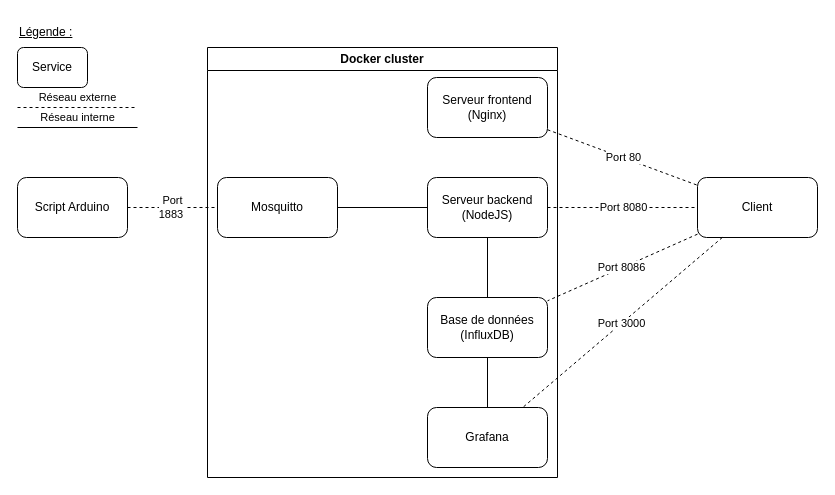
This is docs/archi_logicielle.drawio from Nicolas-Delahaie/ynov-iot, a draw.io file, before an edit. Source tidied: cells renumbered, new cells numbered last; positions are measured from the earlier drawing's top-left corner, leaving out a move shared by most shapes. Both pictures are drawn from the tidied source at 100%, with x=0, y=0 at pixel (17, 17).
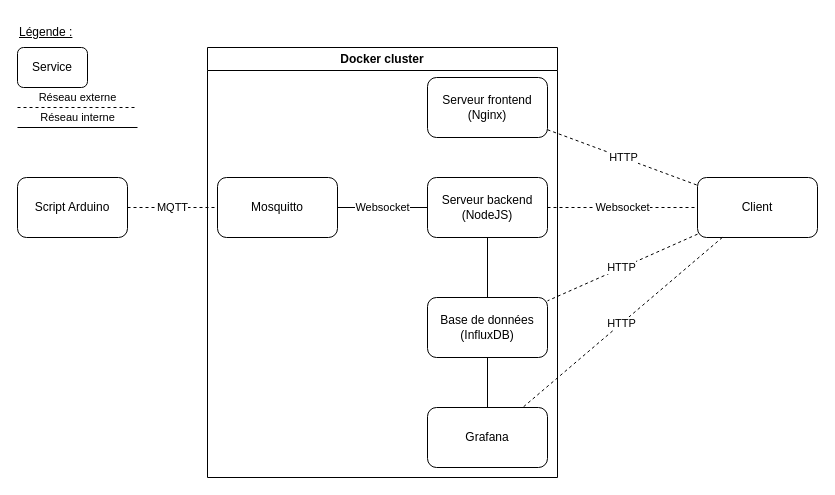
The same diagram, later.

Commit message (it also covers changes not shown here):
FIX des diagrammes

Unchanged cells that the change refers to:
```xml
<mxCell id="3" value="Script Arduino" style="rounded=1;whiteSpace=wrap;html=1;" parent="1" vertex="1">
  <mxGeometry y="160" width="110" height="60" as="geometry" />
</mxCell>
<mxCell id="4" value="Client" style="rounded=1;whiteSpace=wrap;html=1;" parent="1" vertex="1">
  <mxGeometry x="680" y="160" width="120" height="60" as="geometry" />
</mxCell>
<mxCell id="9" value="Docker cluster" style="swimlane;whiteSpace=wrap;html=1;" parent="1" vertex="1">
  <mxGeometry x="190" y="30" width="350" height="430" as="geometry" />
</mxCell>
<mxCell id="10" value="Base de données (InfluxDB)" style="rounded=1;whiteSpace=wrap;html=1;" parent="9" vertex="1">
  <mxGeometry x="220" y="250" width="120" height="60" as="geometry" />
</mxCell>
<mxCell id="12" value="Serveur backend (NodeJS)" style="rounded=1;whiteSpace=wrap;html=1;" parent="9" vertex="1">
  <mxGeometry x="220" y="130" width="120" height="60" as="geometry" />
</mxCell>
<mxCell id="13" value="Serveur frontend (Nginx)" style="rounded=1;whiteSpace=wrap;html=1;" parent="9" vertex="1">
  <mxGeometry x="220" y="30" width="120" height="60" as="geometry" />
</mxCell>
<mxCell id="15" value="Mosquitto" style="rounded=1;whiteSpace=wrap;html=1;" parent="9" vertex="1">
  <mxGeometry x="10" y="130" width="120" height="60" as="geometry" />
</mxCell>
<mxCell id="16" value="Grafana" style="rounded=1;whiteSpace=wrap;html=1;" parent="9" vertex="1">
  <mxGeometry x="220" y="360" width="120" height="60" as="geometry" />
</mxCell>
```

The edit, as a diff of the source:
```diff
@@
-    <mxCell id="2" value="Port&lt;div&gt;1883&amp;nbsp;&lt;/div&gt;" style="edgeStyle=none;html=1;dashed=1;endArrow=none;endFill=0;" parent="1" edge="1" source="3" target="15">
+    <mxCell id="2" value="MQTT" style="edgeStyle=none;html=1;dashed=1;endArrow=none;endFill=0;" parent="1" edge="1" source="3" target="15">
       <mxGeometry relative="1" as="geometry" />
     </mxCell>
@@
-    <mxCell id="5" value="&lt;span style=&quot;color: rgb(0, 0, 0);&quot;&gt;Port&amp;nbsp;&lt;/span&gt;&lt;span style=&quot;background-color: light-dark(#ffffff, var(--ge-dark-color, #121212));&quot;&gt;80&lt;/span&gt;" style="edgeStyle=none;html=1;dashed=1;endArrow=none;endFill=0;" parent="1" edge="1" source="13" target="4">
+    <mxCell id="5" value="HTTP" style="edgeStyle=none;html=1;dashed=1;endArrow=none;endFill=0;" parent="1" edge="1" source="13" target="4">
       <mxGeometry x="0.01" relative="1" as="geometry" />
     </mxCell>
-    <mxCell id="6" value="&lt;span style=&quot;color: rgb(0, 0, 0);&quot;&gt;Port 8080&lt;/span&gt;" style="edgeStyle=none;html=1;dashed=1;endArrow=none;endFill=0;" parent="1" edge="1" source="12" target="4">
-      <mxGeometry x="0.01" relative="1" as="geometry" />
+    <mxCell id="6" value="&lt;span style=&quot;color: rgb(0, 0, 0);&quot;&gt;Websocket&lt;/span&gt;" style="edgeStyle=none;html=1;dashed=1;endArrow=none;endFill=0;" parent="1" edge="1" source="12" target="4">
+      <mxGeometry relative="1" as="geometry" />
     </mxCell>
-    <mxCell id="7" value="&lt;span style=&quot;color: rgb(0, 0, 0);&quot;&gt;Port 3000&lt;/span&gt;" style="edgeStyle=none;html=1;dashed=1;endArrow=none;endFill=0;" parent="1" edge="1" source="4" target="16">
+    <mxCell id="7" value="&lt;span style=&quot;color: rgb(0, 0, 0);&quot;&gt;HTTP&lt;/span&gt;" style="edgeStyle=none;html=1;dashed=1;endArrow=none;endFill=0;" parent="1" edge="1" source="4" target="16">
       <mxGeometry x="0.01" relative="1" as="geometry" />
     </mxCell>
-    <mxCell id="8" value="&lt;span style=&quot;color: rgb(0, 0, 0);&quot;&gt;Port&amp;nbsp;&lt;/span&gt;&lt;span style=&quot;background-color: light-dark(#ffffff, var(--ge-dark-color, #121212));&quot;&gt;8086&lt;/span&gt;" style="edgeStyle=none;html=1;dashed=1;endArrow=none;endFill=0;" parent="1" edge="1" source="4" target="10">
+    <mxCell id="8" value="HTTP" style="edgeStyle=none;html=1;dashed=1;endArrow=none;endFill=0;" parent="1" edge="1" source="4" target="10">
       <mxGeometry x="0.01" relative="1" as="geometry" />
     </mxCell>
@@
-    <mxCell id="14" style="edgeStyle=none;html=1;endArrow=none;endFill=0;" parent="9" edge="1" source="15" target="12">
+    <mxCell id="14" value="Websocket" style="edgeStyle=none;html=1;endArrow=none;endFill=0;" parent="9" edge="1" source="15" target="12">
       <mxGeometry relative="1" as="geometry" />
     </mxCell>
```
